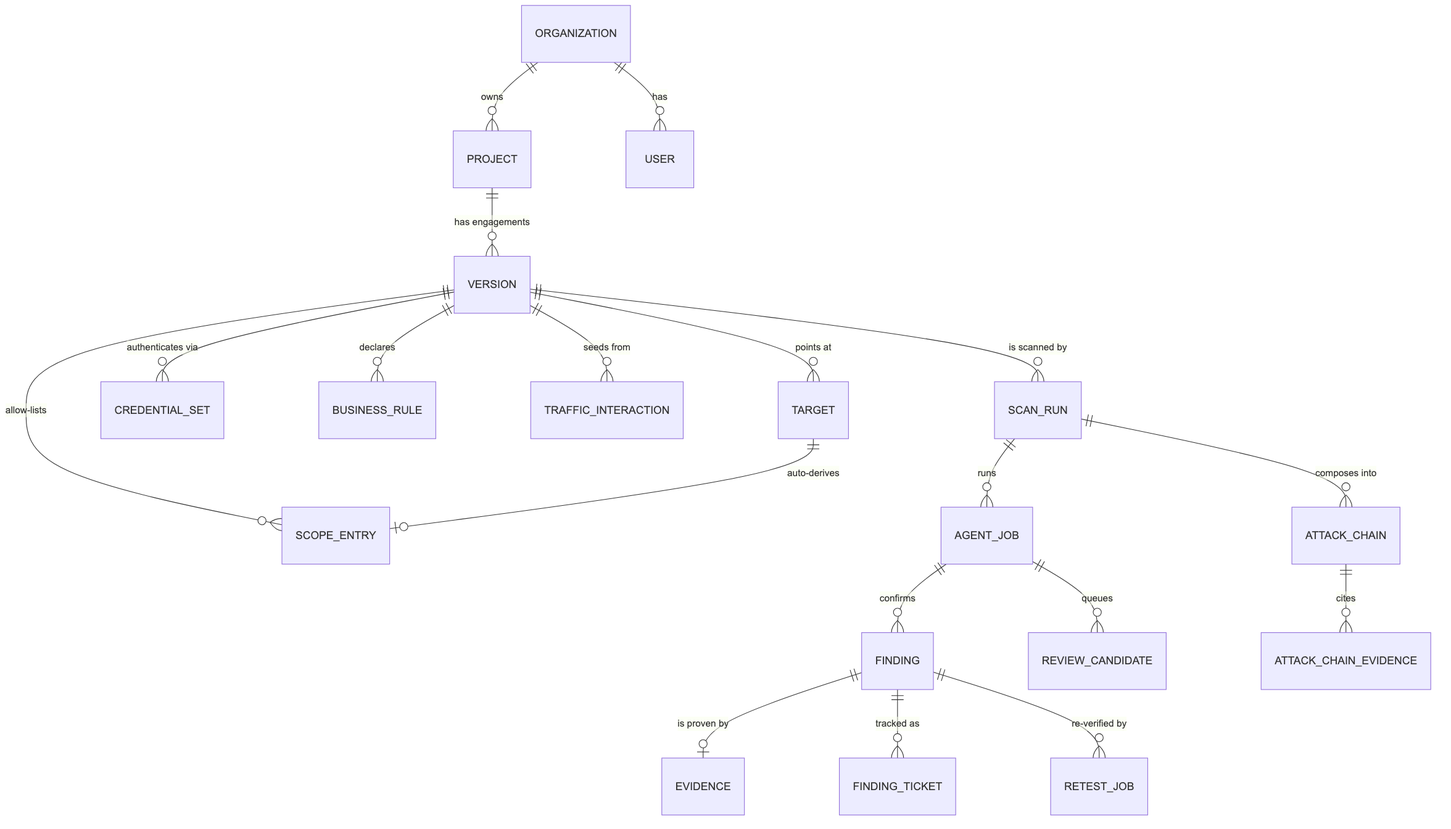
The Mermaid diagram docs/architecture-overview/diagrams/02_data_model.png in mudigondabhanu85/verdikt, before a commit. Its source is kept beside it as docs/architecture-overview/diagrams/02_data_model.mmd.
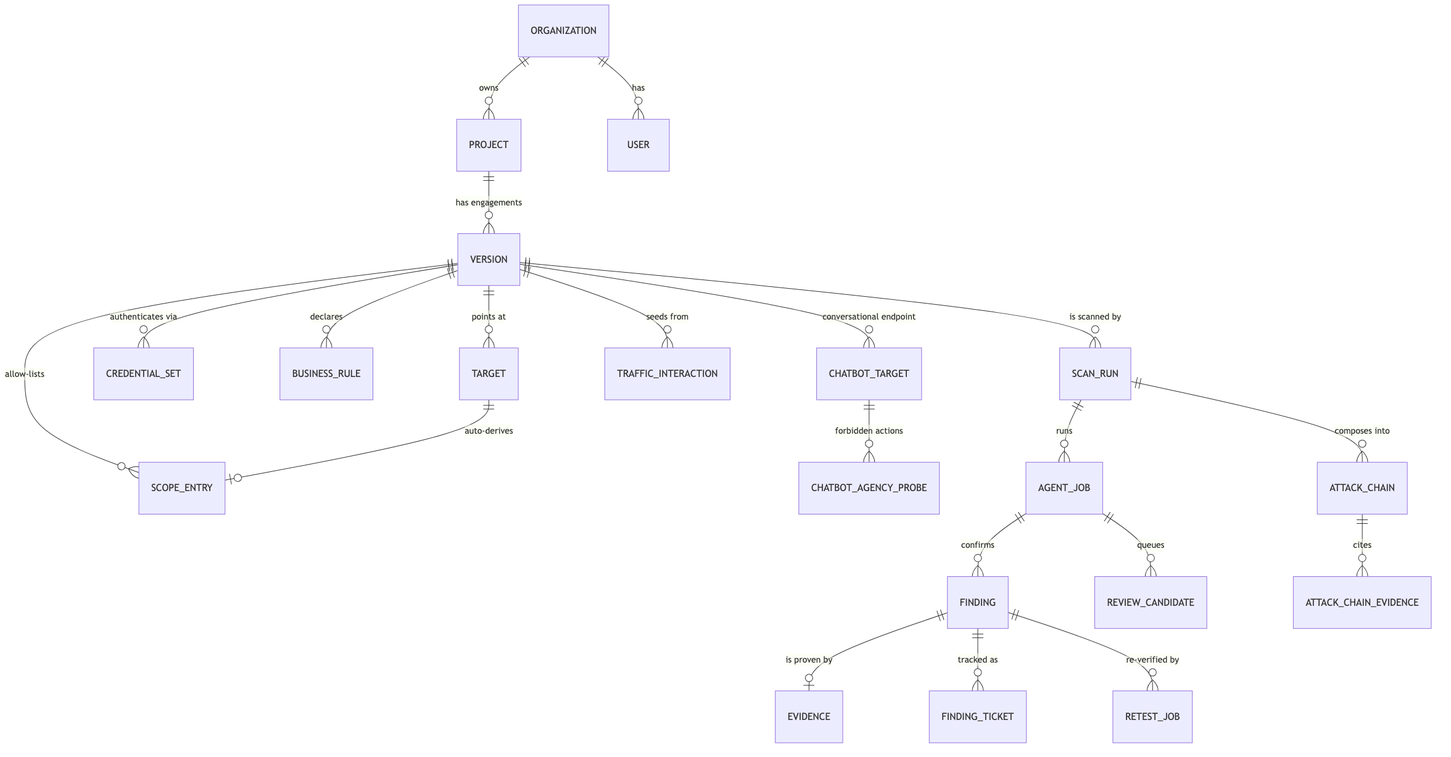
After the commit.

Commit message:
Bring architecture doc, deck, and replication prompt current with reality

The edit, as a diff of the source:
```diff
@@ -6,6 +6,8 @@
     VERSION ||--o{ TARGET : "points at"
     VERSION ||--o{ CREDENTIAL_SET : "authenticates via"
     VERSION ||--o{ BUSINESS_RULE : "declares"
+    VERSION ||--o{ CHATBOT_TARGET : "conversational endpoint"
+    CHATBOT_TARGET ||--o{ CHATBOT_AGENCY_PROBE : "forbidden actions"
     VERSION ||--o{ TRAFFIC_INTERACTION : "seeds from"
     VERSION ||--o{ SCAN_RUN : "is scanned by"
     SCAN_RUN ||--o{ AGENT_JOB : "runs"
```
